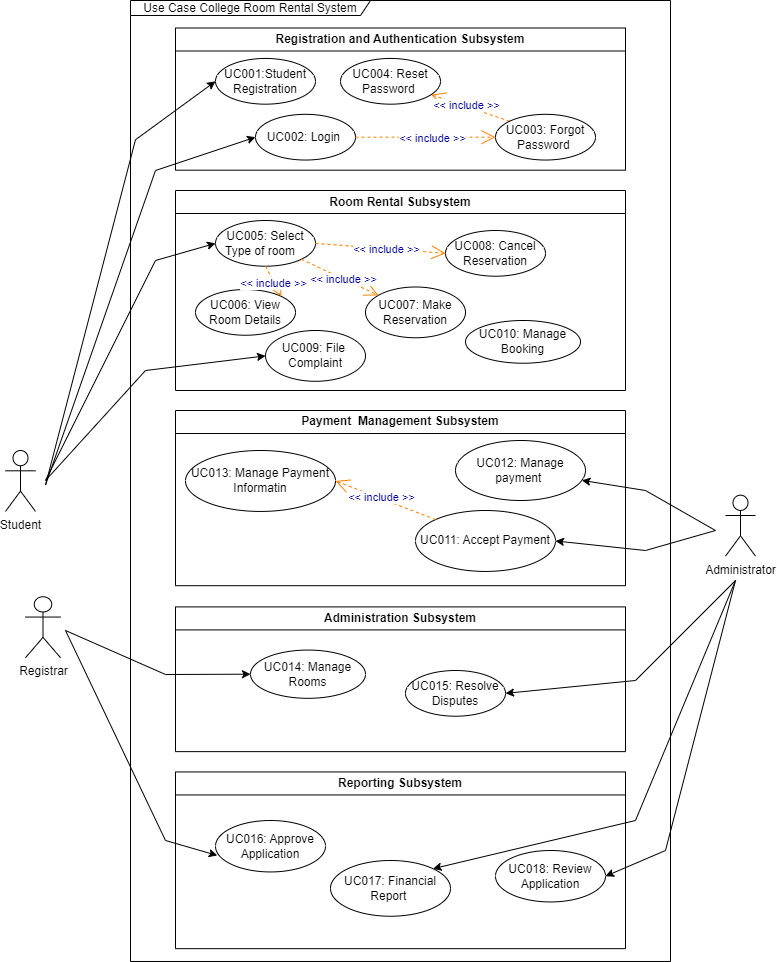
Before: project/drawio/Alpha/useCasediagram.drawio.png, a diagram exported from draw.io (drshahizan/software-engineering). Source tidied: cells renumbered, new cells last; positions are measured from the earlier drawing's top-left corner, leaving out a move shared by most shapes.
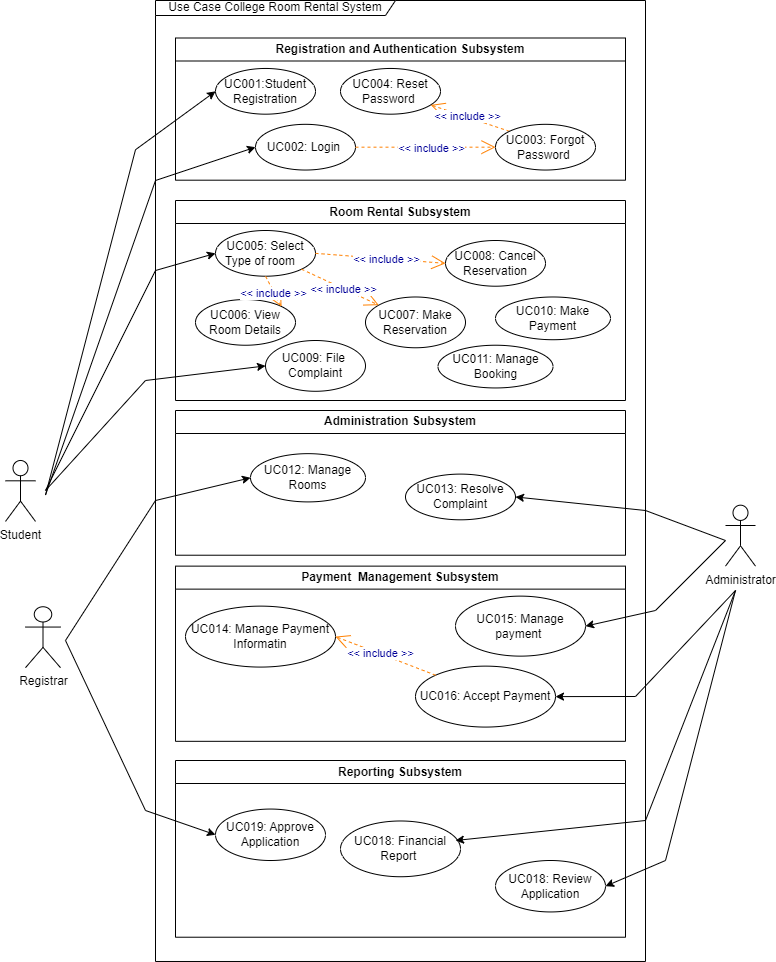
After the commit.

The edit, as a diff of the source:
```diff
@@ -47,40 +47,43 @@
     <mxCell id="16" value="&amp;lt;&amp;lt; include &amp;gt;&amp;gt;" style="endArrow=open;endSize=12;dashed=1;html=1;fontColor=#000099;strokeColor=#FF8000;exitX=1;exitY=0.5;exitDx=0;exitDy=0;entryX=0;entryY=0.5;entryDx=0;entryDy=0;" parent="9" edge="1" source="12" target="13">
       <mxGeometry x="0.09" y="-1" relative="1" as="geometry" />
     </mxCell>
-    <mxCell id="17" value="UC010: Manage Booking" style="ellipse;whiteSpace=wrap;html=1;" parent="9" vertex="1">
-      <mxGeometry x="290" y="130" width="115" height="42.7" as="geometry" />
+    <mxCell id="17" value="UC011: Manage Booking" style="ellipse;whiteSpace=wrap;html=1;" parent="9" vertex="1">
+      <mxGeometry x="262.5" y="144.7" width="115" height="42.7" as="geometry" />
     </mxCell>
     <mxCell id="18" value="UC009: File&amp;nbsp; Complaint" style="ellipse;whiteSpace=wrap;html=1;" parent="9" vertex="1">
       <mxGeometry x="90" y="140" width="100" height="50.8" as="geometry" />
     </mxCell>
+    <mxCell id="46" value="UC010: Make Payment" style="ellipse;whiteSpace=wrap;html=1;" parent="9" vertex="1">
+      <mxGeometry x="320" y="96.5" width="115" height="42.7" as="geometry" />
+    </mxCell>
     <mxCell id="19" value="Use Case College Room Rental System" style="shape=umlFrame;whiteSpace=wrap;html=1;width=240;height=15;" parent="9" vertex="1">
-      <mxGeometry x="-45" y="-190" width="540" height="961" as="geometry" />
+      <mxGeometry x="-20" y="-200" width="490" height="961" as="geometry" />
     </mxCell>
     <mxCell id="20" value="Payment&amp;nbsp; Management Subsystem" style="swimlane;whiteSpace=wrap;html=1;" parent="1" vertex="1">
-      <mxGeometry x="170" y="410" width="450" height="175.2" as="geometry" />
+      <mxGeometry x="170" y="555.6" width="450" height="175.2" as="geometry" />
     </mxCell>
-    <mxCell id="21" value="UC011: Accept Payment" style="ellipse;whiteSpace=wrap;html=1;" parent="20" vertex="1">
+    <mxCell id="21" value="UC016: Accept Payment" style="ellipse;whiteSpace=wrap;html=1;" parent="20" vertex="1">
       <mxGeometry x="240" y="100" width="140" height="60.9" as="geometry" />
     </mxCell>
-    <mxCell id="22" value="UC012: Manage payment&amp;nbsp;" style="ellipse;whiteSpace=wrap;html=1;" parent="20" vertex="1">
+    <mxCell id="22" value="UC015: Manage payment&amp;nbsp;" style="ellipse;whiteSpace=wrap;html=1;" parent="20" vertex="1">
       <mxGeometry x="280" y="30" width="130" height="60" as="geometry" />
     </mxCell>
-    <mxCell id="23" value="UC013: Manage Payment Informatin" style="ellipse;whiteSpace=wrap;html=1;" parent="20" vertex="1">
+    <mxCell id="23" value="UC014: Manage Payment Informatin" style="ellipse;whiteSpace=wrap;html=1;" parent="20" vertex="1">
       <mxGeometry x="10" y="40" width="150" height="60.9" as="geometry" />
     </mxCell>
     <mxCell id="24" value="&amp;lt;&amp;lt; include &amp;gt;&amp;gt;" style="endArrow=open;endSize=12;dashed=1;html=1;fontColor=#000099;strokeColor=#FF8000;entryX=1;entryY=0.5;entryDx=0;entryDy=0;exitX=0;exitY=0;exitDx=0;exitDy=0;" parent="20" edge="1" source="21" target="23">
       <mxGeometry x="0.09" y="-1" relative="1" as="geometry" />
     </mxCell>
     <mxCell id="25" value="Reporting Subsystem" style="swimlane;whiteSpace=wrap;html=1;" parent="1" vertex="1">
-      <mxGeometry x="170" y="771.4" width="450" height="176.7" as="geometry" />
+      <mxGeometry x="170" y="750" width="450" height="176.7" as="geometry" />
     </mxCell>
     <mxCell id="26" value="UC018: Review Application" style="ellipse;whiteSpace=wrap;html=1;" parent="25" vertex="1">
-      <mxGeometry x="320" y="78.6" width="110" height="51.4" as="geometry" />
+      <mxGeometry x="320" y="100" width="110" height="51.4" as="geometry" />
     </mxCell>
-    <mxCell id="27" value="UC017: Financial Report&amp;nbsp;" style="ellipse;whiteSpace=wrap;html=1;" parent="25" vertex="1">
-      <mxGeometry x="155" y="88.6" width="120" height="55.7" as="geometry" />
+    <mxCell id="27" value="UC018: Financial Report&amp;nbsp;" style="ellipse;whiteSpace=wrap;html=1;" parent="25" vertex="1">
+      <mxGeometry x="165" y="60.5" width="120" height="55.7" as="geometry" />
     </mxCell>
-    <mxCell id="28" value="UC016: Approve Application" style="ellipse;whiteSpace=wrap;html=1;" parent="25" vertex="1">
+    <mxCell id="28" value="UC019: Approve Application" style="ellipse;whiteSpace=wrap;html=1;" parent="25" vertex="1">
       <mxGeometry x="40" y="48.6" width="110" height="51.4" as="geometry" />
     </mxCell>
     <mxCell id="29" value="Registrar" style="shape=umlActor;verticalLabelPosition=bottom;verticalAlign=top;html=1;" parent="1" vertex="1">
@@ -90,13 +93,13 @@
       <mxGeometry x="720" y="494.7" width="30" height="60.9" as="geometry" />
     </mxCell>
     <mxCell id="31" value="Administration Subsystem" style="swimlane;whiteSpace=wrap;html=1;" parent="1" vertex="1">
-      <mxGeometry x="170" y="606.4" width="450" height="144.7" as="geometry" />
+      <mxGeometry x="170" y="400" width="450" height="144.7" as="geometry" />
     </mxCell>
-    <mxCell id="32" value="UC014: Manage Rooms" style="ellipse;whiteSpace=wrap;html=1;" parent="31" vertex="1">
+    <mxCell id="32" value="UC012: Manage Rooms" style="ellipse;whiteSpace=wrap;html=1;" parent="31" vertex="1">
       <mxGeometry x="75" y="43.2" width="115" height="48.2" as="geometry" />
     </mxCell>
-    <mxCell id="33" value="UC015: Resolve Disputes" style="ellipse;whiteSpace=wrap;html=1;" parent="31" vertex="1">
-      <mxGeometry x="230" y="63.6" width="100" height="45.7" as="geometry" />
+    <mxCell id="33" value="UC013: Resolve Complaint" style="ellipse;whiteSpace=wrap;html=1;" parent="31" vertex="1">
+      <mxGeometry x="230" y="63.6" width="110" height="45.7" as="geometry" />
     </mxCell>
     <mxCell id="34" style="endArrow=classic;html=1;rounded=0;entryX=0;entryY=0.5;entryDx=0;entryDy=0;" parent="1" edge="1" target="3">
       <mxGeometry relative="1" as="geometry">
@@ -133,14 +136,6 @@
         </Array>
       </mxGeometry>
     </mxCell>
-    <mxCell id="39" style="endArrow=classic;html=1;rounded=0;entryX=0;entryY=0.5;entryDx=0;entryDy=0;" parent="1" edge="1" target="32">
-      <mxGeometry relative="1" as="geometry">
-        <mxPoint x="60" y="630" as="sourcePoint" />
-        <Array as="points">
-          <mxPoint x="160" y="674" />
-        </Array>
-      </mxGeometry>
-    </mxCell>
     <mxCell id="40" style="endArrow=classic;html=1;rounded=0;entryX=1;entryY=0.5;entryDx=0;entryDy=0;" parent="1" edge="1" target="26">
       <mxGeometry relative="1" as="geometry">
         <mxPoint x="730" y="580" as="sourcePoint" />
@@ -149,45 +144,54 @@
         </Array>
       </mxGeometry>
     </mxCell>
-    <mxCell id="41" style="endArrow=classic;html=1;rounded=0;entryX=1;entryY=0;entryDx=0;entryDy=0;" parent="1" edge="1" target="27">
+    <mxCell id="41" style="endArrow=classic;html=1;rounded=0;" parent="1" edge="1">
       <mxGeometry relative="1" as="geometry">
         <mxPoint x="730" y="580" as="sourcePoint" />
+        <mxPoint x="450" y="830" as="targetPoint" />
         <Array as="points">
-          <mxPoint x="630" y="820" />
+          <mxPoint x="640" y="810" />
         </Array>
       </mxGeometry>
     </mxCell>
-    <mxCell id="42" style="endArrow=classic;html=1;rounded=0;entryX=0.016;entryY=0.68;entryDx=0;entryDy=0;entryPerimeter=0;" parent="1" edge="1" target="28">
+    <mxCell id="42" style="endArrow=classic;html=1;rounded=0;entryX=0;entryY=0.5;entryDx=0;entryDy=0;" parent="1" edge="1" target="28">
       <mxGeometry relative="1" as="geometry">
         <mxPoint x="60" y="630" as="sourcePoint" />
         <Array as="points">
-          <mxPoint x="160" y="840" />
+          <mxPoint x="140" y="800" />
         </Array>
       </mxGeometry>
     </mxCell>
-    <mxCell id="43" style="endArrow=classic;html=1;rounded=0;entryX=1;entryY=0.5;entryDx=0;entryDy=0;" parent="1" edge="1" target="33">
-      <mxGeometry relative="1" as="geometry">
-        <mxPoint x="730" y="580" as="sourcePoint" />
-        <Array as="points">
-          <mxPoint x="630" y="680" />
-        </Array>
-      </mxGeometry>
-    </mxCell>
-    <mxCell id="44" style="endArrow=classic;html=1;rounded=0;" parent="1" edge="1" target="22">
+    <mxCell id="44" style="endArrow=classic;html=1;rounded=0;entryX=1;entryY=0.5;entryDx=0;entryDy=0;" parent="1" edge="1" target="22">
       <mxGeometry relative="1" as="geometry">
-        <mxPoint x="710" y="530" as="sourcePoint" />
+        <mxPoint x="720" y="530" as="sourcePoint" />
         <Array as="points">
-          <mxPoint x="640" y="490" />
+          <mxPoint x="650" y="600" />
         </Array>
       </mxGeometry>
     </mxCell>
     <mxCell id="45" style="endArrow=classic;html=1;rounded=0;entryX=1;entryY=0.5;entryDx=0;entryDy=0;" parent="1" edge="1" target="21">
       <mxGeometry relative="1" as="geometry">
-        <mxPoint x="710" y="530" as="sourcePoint" />
+        <mxPoint x="730" y="580" as="sourcePoint" />
         <Array as="points">
-          <mxPoint x="640" y="550" />
+          <mxPoint x="630" y="686" />
         </Array>
       </mxGeometry>
     </mxCell>
+    <mxCell id="47" style="endArrow=classic;html=1;rounded=0;entryX=0;entryY=0.5;entryDx=0;entryDy=0;" parent="1" edge="1" target="32">
+      <mxGeometry relative="1" as="geometry">
+        <mxPoint x="60" y="630" as="sourcePoint" />
+        <Array as="points">
+          <mxPoint x="150" y="490" />
+        </Array>
+      </mxGeometry>
+    </mxCell>
+    <mxCell id="48" style="endArrow=classic;html=1;rounded=0;entryX=1;entryY=0.5;entryDx=0;entryDy=0;" parent="1" edge="1" target="33">
+      <mxGeometry relative="1" as="geometry">
+        <mxPoint x="720" y="530" as="sourcePoint" />
+        <Array as="points">
+          <mxPoint x="640" y="500" />
+        </Array>
+      </mxGeometry>
+    </mxCell>
   </root>
 </mxGraphModel>
```
